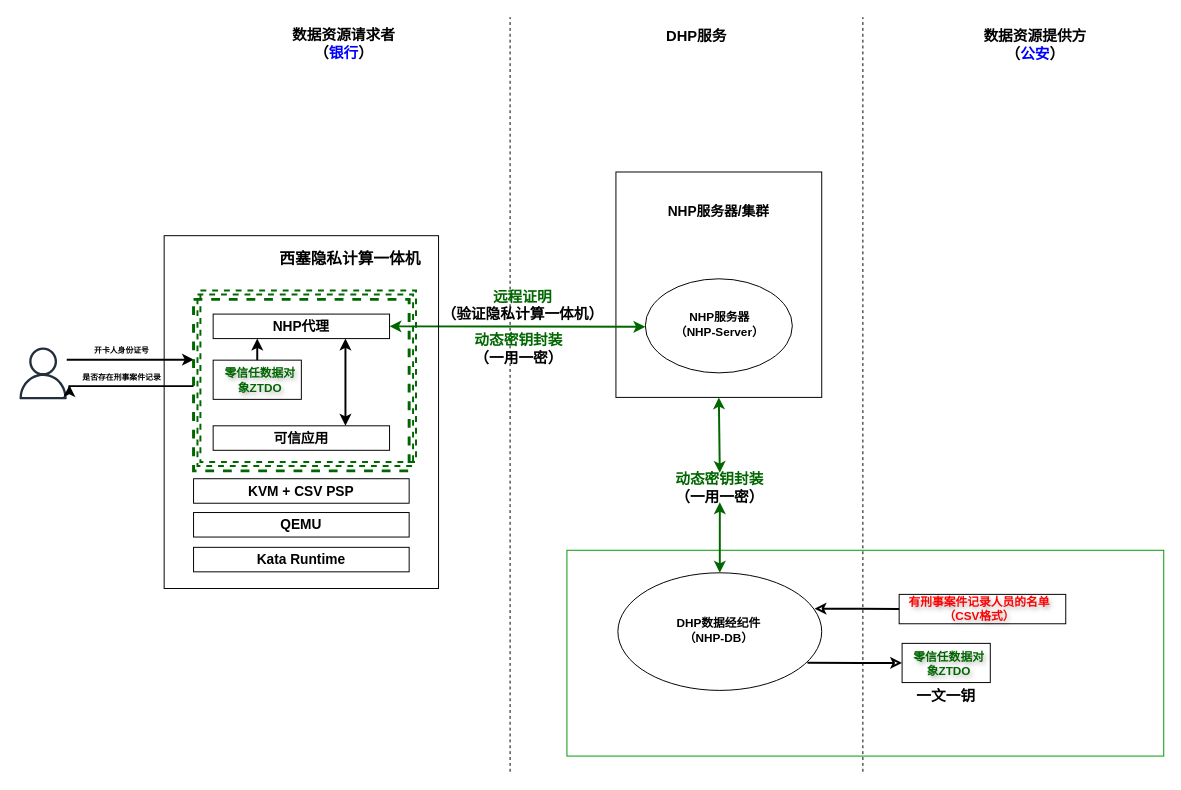
This is page "dhp scenarios" (22 of 22) of dhp/OpenDHP.drawio from wenhulove333/opendhp, a draw.io file, before an edit. Source tidied: cells renumbered, new cells numbered last; positions are measured from the earlier drawing's top-left corner, leaving out a move shared by most shapes. Both pictures are drawn from the tidied source at 98%, with x=0, y=0 at pixel (17, 17).
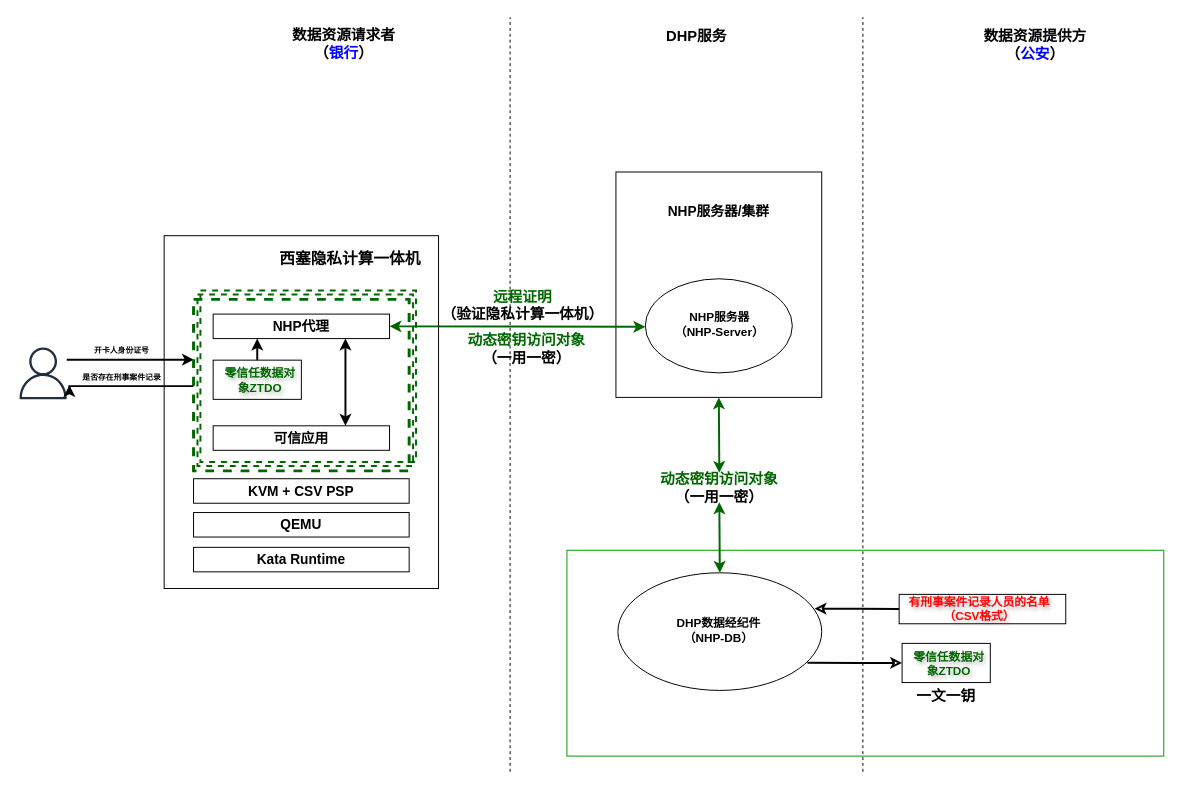
After the change.

Diff of the diagram source:
```diff
@@
-    <mxCell id="36" value="&lt;font style=&quot;color: rgb(0, 102, 0);&quot;&gt;&lt;b style=&quot;&quot;&gt;动态密钥封装&lt;/b&gt;&lt;/font&gt;&lt;div&gt;&lt;font&gt;&lt;b style=&quot;&quot;&gt;&lt;font style=&quot;color: rgb(0, 0, 0);&quot;&gt;（一用一密）&lt;/font&gt;&lt;/b&gt;&lt;/font&gt;&lt;/div&gt;" style="text;html=1;align=center;verticalAlign=middle;whiteSpace=wrap;rounded=0;fontSize=15;" parent="1" vertex="1">
-      <mxGeometry x="462" y="323" width="100" height="30" as="geometry" />
+    <mxCell id="36" value="&lt;font style=&quot;color: rgb(0, 102, 0);&quot;&gt;&lt;b style=&quot;&quot;&gt;动态密钥访问对象&lt;/b&gt;&lt;/font&gt;&lt;div&gt;&lt;font&gt;&lt;b style=&quot;&quot;&gt;&lt;font style=&quot;color: rgb(0, 0, 0);&quot;&gt;（一用一密）&lt;/font&gt;&lt;/b&gt;&lt;/font&gt;&lt;/div&gt;" style="text;html=1;align=center;verticalAlign=middle;whiteSpace=wrap;rounded=0;fontSize=15;" parent="1" vertex="1">
+      <mxGeometry x="456" y="323" width="128" height="30" as="geometry" />
     </mxCell>
@@
-    <mxCell id="42" value="&lt;font style=&quot;color: rgb(0, 102, 0);&quot;&gt;&lt;b style=&quot;&quot;&gt;动态密钥封装&lt;/b&gt;&lt;/font&gt;&lt;div&gt;&lt;font&gt;&lt;b style=&quot;&quot;&gt;&lt;font style=&quot;color: rgb(0, 0, 0);&quot;&gt;（一用一密）&lt;/font&gt;&lt;/b&gt;&lt;/font&gt;&lt;/div&gt;" style="text;html=1;align=center;verticalAlign=middle;whiteSpace=wrap;rounded=0;fontSize=15;" parent="1" vertex="1">
-      <mxGeometry x="667" y="465" width="100" height="30" as="geometry" />
+    <mxCell id="42" value="&lt;font style=&quot;color: rgb(0, 102, 0);&quot;&gt;&lt;b style=&quot;&quot;&gt;动态密钥访问对象&lt;/b&gt;&lt;/font&gt;&lt;div&gt;&lt;font&gt;&lt;b style=&quot;&quot;&gt;&lt;font style=&quot;color: rgb(0, 0, 0);&quot;&gt;（一用一密）&lt;/font&gt;&lt;/b&gt;&lt;/font&gt;&lt;/div&gt;" style="text;html=1;align=center;verticalAlign=middle;whiteSpace=wrap;rounded=0;fontSize=15;" parent="1" vertex="1">
+      <mxGeometry x="650" y="465" width="133" height="30" as="geometry" />
     </mxCell>
```
